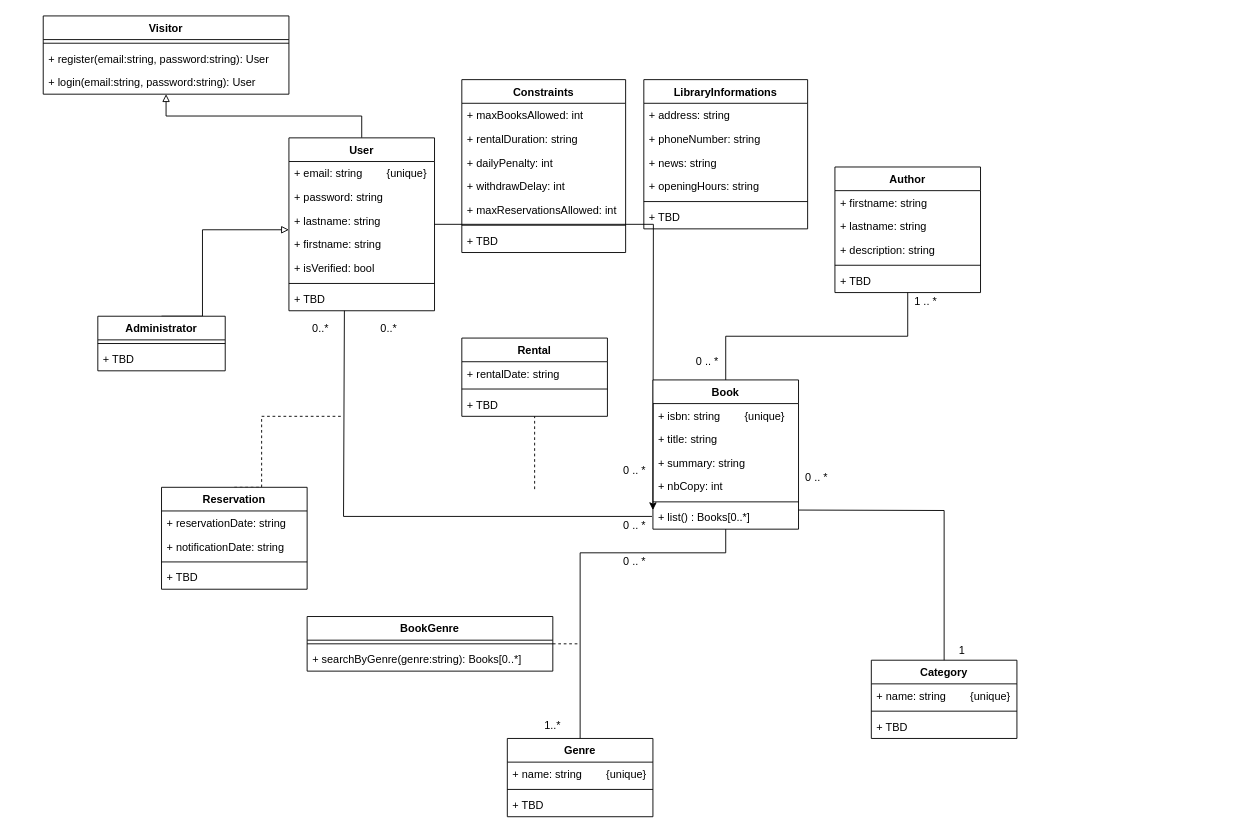
The draw.io diagram page "UML Class Diagram" (3 of 3) of docs/library_store.drawio in pptech-ds/CDA-JS-LIbrary-Store, before the edit. Source tidied: cells renumbered, new cells numbered last; positions are measured from the earlier drawing's top-left corner, leaving out a move shared by most shapes. Both pictures are drawn from the tidied source at 91%, with x=0, y=0 at pixel (43, 15).
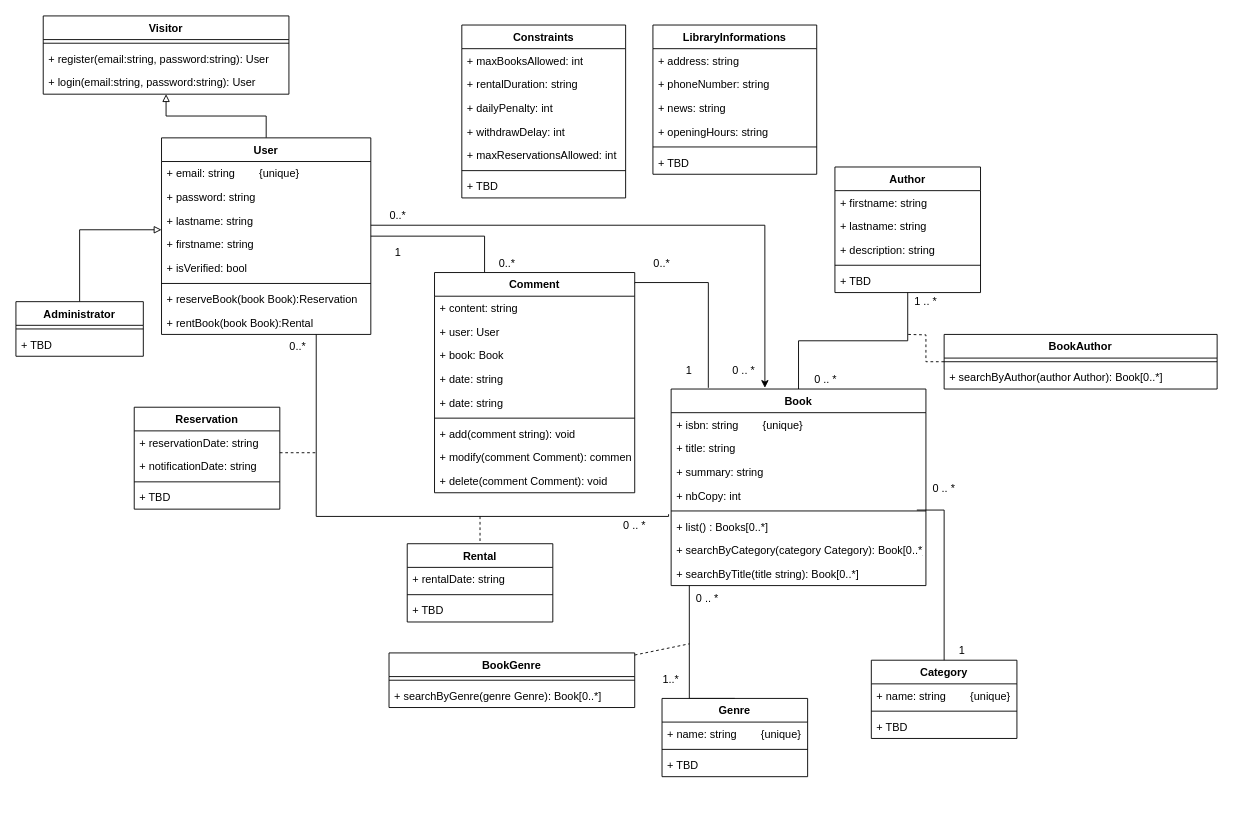
The same page after the edit.

Unchanged cells that the change refers to:
```xml
<mxCell id="21" value="Category" style="swimlane;fontStyle=1;align=center;verticalAlign=top;horizontal=1;startSize=26;" parent="1" vertex="1">
  <mxGeometry x="910" y="708" width="160" height="86" as="geometry" />
</mxCell>
```

Change to the diagram source:
```diff
@@
-    <mxCell id="2" style="edgeStyle=orthogonalEdgeStyle;rounded=0;jettySize=auto;html=1;entryX=0;entryY=0.5;entryDx=0;entryDy=0;endArrow=classic;endFill=1;" parent="1" edge="1" source="4">
+    <mxCell id="2" style="edgeStyle=orthogonalEdgeStyle;rounded=0;jettySize=auto;html=1;entryX=0.368;entryY=-0.006;entryDx=0;entryDy=0;endArrow=classic;endFill=1;entryPerimeter=0;" parent="1" edge="1" source="4" target="13">
       <mxGeometry relative="1" as="geometry">
-        <mxPoint x="670" y="543" as="targetPoint" />
+        <Array as="points">
+          <mxPoint x="793" y="230" />
+        </Array>
       </mxGeometry>
     </mxCell>
@@
     <mxCell id="4" value="User" style="swimlane;fontStyle=1;align=center;verticalAlign=top;horizontal=1;startSize=26;" parent="1" vertex="1">
-      <mxGeometry x="270" y="134" width="160" height="190" as="geometry" />
+      <mxGeometry x="130" y="134" width="230" height="216" as="geometry" />
     </mxCell>
     <mxCell id="5" value="+ email: string        {unique}  " style="text;strokeColor=none;fillColor=none;align=left;verticalAlign=top;spacingLeft=4;spacingRight=4;overflow=hidden;" parent="4" vertex="1">
-      <mxGeometry y="26" width="160" height="26" as="geometry" />
+      <mxGeometry y="26" width="230" height="26" as="geometry" />
     </mxCell>
     <mxCell id="6" value="+ password: string " style="text;strokeColor=none;fillColor=none;align=left;verticalAlign=top;spacingLeft=4;spacingRight=4;overflow=hidden;" parent="4" vertex="1">
-      <mxGeometry y="52" width="160" height="26" as="geometry" />
+      <mxGeometry y="52" width="230" height="26" as="geometry" />
     </mxCell>
     <mxCell id="7" value="+ lastname: string " style="text;strokeColor=none;fillColor=none;align=left;verticalAlign=top;spacingLeft=4;spacingRight=4;overflow=hidden;" parent="4" vertex="1">
-      <mxGeometry y="78" width="160" height="26" as="geometry" />
+      <mxGeometry y="78" width="230" height="26" as="geometry" />
     </mxCell>
     <mxCell id="8" value="+ firstname: string&#10;  " style="text;strokeColor=none;fillColor=none;align=left;verticalAlign=top;spacingLeft=4;spacingRight=4;overflow=hidden;" parent="4" vertex="1">
-      <mxGeometry y="104" width="160" height="26" as="geometry" />
+      <mxGeometry y="104" width="230" height="26" as="geometry" />
     </mxCell>
     <mxCell id="9" value="+ isVerified: bool  " style="text;strokeColor=none;fillColor=none;align=left;verticalAlign=top;spacingLeft=4;spacingRight=4;overflow=hidden;" parent="4" vertex="1">
-      <mxGeometry y="130" width="160" height="26" as="geometry" />
+      <mxGeometry y="130" width="230" height="26" as="geometry" />
     </mxCell>
     <mxCell id="10" style="line;strokeWidth=1;fillColor=none;align=left;verticalAlign=middle;spacingTop=-1;spacingLeft=3;spacingRight=3;labelPosition=right;" parent="4" vertex="1">
-      <mxGeometry y="156" width="160" height="8" as="geometry" />
+      <mxGeometry y="156" width="230" height="8" as="geometry" />
     </mxCell>
-    <mxCell id="11" value="+ TBD" style="text;strokeColor=none;fillColor=none;align=left;verticalAlign=top;spacingLeft=4;spacingRight=4;overflow=hidden;points=[[0,0.5],[1,0.5]];portConstraint=eastwest;" parent="4" vertex="1">
-      <mxGeometry y="164" width="160" height="26" as="geometry" />
+    <mxCell id="11" value="+ reserveBook(book Book):Reservation" style="text;strokeColor=none;fillColor=none;align=left;verticalAlign=top;spacingLeft=4;spacingRight=4;overflow=hidden;points=[[0,0.5],[1,0.5]];portConstraint=eastwest;" parent="4" vertex="1">
+      <mxGeometry y="164" width="230" height="26" as="geometry" />
     </mxCell>
+    <mxCell id="85" value="+ rentBook(book Book):Rental" style="text;strokeColor=none;fillColor=none;align=left;verticalAlign=top;spacingLeft=4;spacingRight=4;overflow=hidden;" parent="4" vertex="1">
+      <mxGeometry y="190" width="230" height="26" as="geometry" />
+    </mxCell>
     <mxCell id="12" style="edgeStyle=orthogonalEdgeStyle;rounded=0;jettySize=auto;html=1;entryX=0.5;entryY=0;entryDx=0;entryDy=0;endArrow=none;endFill=0;" parent="1" edge="1" source="13" target="25">
       <mxGeometry relative="1" as="geometry">
         <Array as="points">
-          <mxPoint x="590" y="590" />
+          <mxPoint x="710" y="750" />
         </Array>
       </mxGeometry>
     </mxCell>
+    <mxCell id="86" style="edgeStyle=orthogonalEdgeStyle;rounded=0;jettySize=auto;html=1;exitX=0.146;exitY=-0.006;exitDx=0;exitDy=0;entryX=0.998;entryY=0.053;entryDx=0;entryDy=0;entryPerimeter=0;fontSize=23.3;startArrow=none;startFill=0;endArrow=none;endFill=0;exitPerimeter=0;" parent="1" edge="1" source="13" target="94">
+      <mxGeometry relative="1" as="geometry">
+        <Array as="points">
+          <mxPoint x="731" y="293" />
+        </Array>
+      </mxGeometry>
+    </mxCell>
     <mxCell id="13" value="Book" style="swimlane;fontStyle=1;align=center;verticalAlign=top;horizontal=1;startSize=26;" parent="1" vertex="1">
-      <mxGeometry x="670" y="400" width="160" height="164" as="geometry" />
+      <mxGeometry x="690" y="410" width="280" height="216" as="geometry" />
     </mxCell>
     <mxCell id="14" value="+ isbn: string        {unique}" style="text;strokeColor=none;fillColor=none;align=left;verticalAlign=top;spacingLeft=4;spacingRight=4;overflow=hidden;" parent="13" vertex="1">
-      <mxGeometry y="26" width="160" height="26" as="geometry" />
+      <mxGeometry y="26" width="280" height="26" as="geometry" />
     </mxCell>
     <mxCell id="15" value="+ title: string&#10;  " style="text;strokeColor=none;fillColor=none;align=left;verticalAlign=top;spacingLeft=4;spacingRight=4;overflow=hidden;" parent="13" vertex="1">
-      <mxGeometry y="52" width="160" height="26" as="geometry" />
+      <mxGeometry y="52" width="280" height="26" as="geometry" />
     </mxCell>
     <mxCell id="16" value="+ summary: string  " style="text;strokeColor=none;fillColor=none;align=left;verticalAlign=top;spacingLeft=4;spacingRight=4;overflow=hidden;" parent="13" vertex="1">
-      <mxGeometry y="78" width="160" height="26" as="geometry" />
+      <mxGeometry y="78" width="280" height="26" as="geometry" />
     </mxCell>
     <mxCell id="17" value="+ nbCopy: int  " style="text;strokeColor=none;fillColor=none;align=left;verticalAlign=top;spacingLeft=4;spacingRight=4;overflow=hidden;" parent="13" vertex="1">
-      <mxGeometry y="104" width="160" height="26" as="geometry" />
+      <mxGeometry y="104" width="280" height="26" as="geometry" />
     </mxCell>
     <mxCell id="18" style="line;strokeWidth=1;fillColor=none;align=left;verticalAlign=middle;spacingTop=-1;spacingLeft=3;spacingRight=3;labelPosition=right;" parent="13" vertex="1">
-      <mxGeometry y="130" width="160" height="8" as="geometry" />
+      <mxGeometry y="130" width="280" height="8" as="geometry" />
     </mxCell>
     <mxCell id="19" value="+ list() : Books[0..*]" style="text;strokeColor=none;fillColor=none;align=left;verticalAlign=top;spacingLeft=4;spacingRight=4;overflow=hidden;points=[[0,0.5],[1,0.5]];portConstraint=eastwest;" parent="13" vertex="1">
-      <mxGeometry y="138" width="160" height="26" as="geometry" />
+      <mxGeometry y="138" width="280" height="26" as="geometry" />
     </mxCell>
+    <mxCell id="87" value="+ searchByCategory(category Category): Book[0..*]" style="text;strokeColor=none;fillColor=none;align=left;verticalAlign=top;spacingLeft=4;spacingRight=4;overflow=hidden;" parent="13" vertex="1">
+      <mxGeometry y="164" width="280" height="26" as="geometry" />
+    </mxCell>
+    <mxCell id="88" value="+ searchByTitle(title string): Book[0..*]" style="text;strokeColor=none;fillColor=none;align=left;verticalAlign=top;spacingLeft=4;spacingRight=4;overflow=hidden;" parent="13" vertex="1">
+      <mxGeometry y="190" width="280" height="26" as="geometry" />
+    </mxCell>
     <mxCell id="20" value="0 .. *" style="text;html=1;strokeColor=none;fillColor=none;align=center;verticalAlign=middle;whiteSpace=wrap;rounded=0;" parent="1" vertex="1">
-      <mxGeometry x="630" y="490" width="40" height="20" as="geometry" />
+      <mxGeometry x="750" y="380" width="40" height="20" as="geometry" />
     </mxCell>
@@
     <mxCell id="25" value="Genre" style="swimlane;fontStyle=1;align=center;verticalAlign=top;horizontal=1;startSize=26;" parent="1" vertex="1">
-      <mxGeometry x="510" y="794" width="160" height="86" as="geometry" />
+      <mxGeometry x="680" y="750" width="160" height="86" as="geometry" />
     </mxCell>
@@
-    <mxCell id="29" style="edgeStyle=orthogonalEdgeStyle;rounded=0;jettySize=auto;html=1;exitX=1;exitY=0.5;exitDx=0;exitDy=0;entryX=0.5;entryY=0;entryDx=0;entryDy=0;endArrow=none;endFill=0;" parent="1" edge="1" target="21">
+    <mxCell id="29" style="edgeStyle=orthogonalEdgeStyle;rounded=0;jettySize=auto;html=1;entryX=0.5;entryY=0;entryDx=0;entryDy=0;endArrow=none;endFill=0;" parent="1" edge="1" target="21">
       <mxGeometry relative="1" as="geometry">
-        <mxPoint x="830" y="543" as="sourcePoint" />
+        <mxPoint x="960" y="543" as="sourcePoint" />
+        <Array as="points">
+          <mxPoint x="990" y="543" />
+        </Array>
       </mxGeometry>
     </mxCell>
@@
     <mxCell id="31" value="1..*" style="text;html=1;strokeColor=none;fillColor=none;align=center;verticalAlign=middle;whiteSpace=wrap;rounded=0;" parent="1" vertex="1">
-      <mxGeometry x="540" y="770" width="40" height="20" as="geometry" />
+      <mxGeometry x="670" y="720" width="40" height="20" as="geometry" />
     </mxCell>
     <mxCell id="32" value="0 .. *" style="text;html=1;strokeColor=none;fillColor=none;align=center;verticalAlign=middle;whiteSpace=wrap;rounded=0;" parent="1" vertex="1">
-      <mxGeometry x="830" y="498" width="40" height="20" as="geometry" />
+      <mxGeometry x="970" y="510" width="40" height="20" as="geometry" />
     </mxCell>
     <mxCell id="33" value="0 .. *" style="text;html=1;strokeColor=none;fillColor=none;align=center;verticalAlign=middle;whiteSpace=wrap;rounded=0;" parent="1" vertex="1">
-      <mxGeometry x="630" y="590" width="40" height="20" as="geometry" />
+      <mxGeometry x="710" y="630" width="40" height="20" as="geometry" />
     </mxCell>
@@
     <mxCell id="41" value="0..*" style="text;html=1;strokeColor=none;fillColor=none;align=center;verticalAlign=middle;whiteSpace=wrap;rounded=0;" parent="1" vertex="1">
-      <mxGeometry x="360" y="334" width="40" height="20" as="geometry" />
+      <mxGeometry x="370" y="210" width="40" height="20" as="geometry" />
     </mxCell>
     <mxCell id="42" value="BookGenre" style="swimlane;fontStyle=1;align=center;verticalAlign=top;horizontal=1;startSize=26;" parent="1" vertex="1">
-      <mxGeometry x="290" y="660" width="270" height="60" as="geometry" />
+      <mxGeometry x="380" y="700" width="270" height="60" as="geometry" />
     </mxCell>
@@
-    <mxCell id="44" value="+ searchByGenre(genre:string): Books[0..*]" style="text;strokeColor=none;fillColor=none;align=left;verticalAlign=top;spacingLeft=4;spacingRight=4;overflow=hidden;" parent="42" vertex="1">
+    <mxCell id="44" value="+ searchByGenre(genre Genre): Book[0..*]" style="text;strokeColor=none;fillColor=none;align=left;verticalAlign=top;spacingLeft=4;spacingRight=4;overflow=hidden;" parent="42" vertex="1">
       <mxGeometry y="34" width="270" height="26" as="geometry" />
     </mxCell>
     <mxCell id="45" style="endArrow=none;dashed=1;html=1;rounded=0;" parent="1" edge="1" source="42">
       <mxGeometry relative="1" as="geometry">
-        <mxPoint x="590" y="690" as="targetPoint" />
+        <mxPoint x="710" y="690" as="targetPoint" />
       </mxGeometry>
     </mxCell>
@@
     <mxCell id="47" value="0 .. *" style="text;html=1;strokeColor=none;fillColor=none;align=center;verticalAlign=middle;whiteSpace=wrap;rounded=0;" parent="1" vertex="1">
-      <mxGeometry x="710" y="370" width="40" height="20" as="geometry" />
+      <mxGeometry x="840" y="390" width="40" height="20" as="geometry" />
     </mxCell>
     <mxCell id="48" value="Rental" style="swimlane;fontStyle=1;align=center;verticalAlign=top;horizontal=1;startSize=26;" parent="1" vertex="1">
-      <mxGeometry x="460" y="354" width="160" height="86" as="geometry" />
+      <mxGeometry x="400" y="580" width="160" height="86" as="geometry" />
     </mxCell>
@@
     <mxCell id="52" style="endArrow=none;dashed=1;html=1;rounded=0;" parent="1" edge="1" target="48">
       <mxGeometry relative="1" as="geometry">
-        <mxPoint x="540" y="520" as="sourcePoint" />
+        <mxPoint x="480" y="550" as="sourcePoint" />
       </mxGeometry>
     </mxCell>
     <mxCell id="53" value="LibraryInformations" style="swimlane;fontStyle=1;align=center;verticalAlign=top;horizontal=1;startSize=26;" parent="1" vertex="1">
-      <mxGeometry x="660" y="70" width="180" height="164" as="geometry" />
+      <mxGeometry x="670" y="10" width="180" height="164" as="geometry" />
     </mxCell>
@@
-    <mxCell id="60" style="edgeStyle=orthogonalEdgeStyle;rounded=0;jettySize=auto;html=1;exitX=0.5;exitY=0;exitDx=0;exitDy=0;fontSize=23.3;startArrow=none;startFill=0;endArrow=none;endFill=0;dashed=1;" parent="1" edge="1" source="61">
+    <mxCell id="60" style="edgeStyle=orthogonalEdgeStyle;rounded=0;jettySize=auto;html=1;fontSize=23.3;startArrow=none;startFill=0;endArrow=none;endFill=0;dashed=1;" parent="1" edge="1" source="61">
       <mxGeometry relative="1" as="geometry">
-        <mxPoint x="330" y="440" as="targetPoint" />
+        <mxPoint x="300" y="480" as="targetPoint" />
         <Array as="points">
-          <mxPoint x="240" y="440" />
+          <mxPoint x="240" y="430" />
+          <mxPoint x="240" y="480" />
         </Array>
       </mxGeometry>
     </mxCell>
     <mxCell id="61" value="Reservation" style="swimlane;fontStyle=1;align=center;verticalAlign=top;horizontal=1;startSize=26;" parent="1" vertex="1">
-      <mxGeometry x="130" y="518" width="160" height="112" as="geometry" />
+      <mxGeometry x="100" y="430" width="160" height="112" as="geometry" />
     </mxCell>
@@
-    <mxCell id="66" style="edgeStyle=orthogonalEdgeStyle;rounded=0;jettySize=auto;html=1;exitX=0.381;exitY=1;exitDx=0;exitDy=0;fontSize=23.3;startArrow=none;startFill=0;endArrow=none;endFill=0;exitPerimeter=0;" parent="1" edge="1" source="11">
+    <mxCell id="66" style="edgeStyle=orthogonalEdgeStyle;rounded=0;jettySize=auto;html=1;fontSize=23.3;startArrow=none;startFill=0;endArrow=none;endFill=0;entryX=-0.01;entryY=-0.016;entryDx=0;entryDy=0;entryPerimeter=0;" parent="1" edge="1" source="4" target="19">
       <mxGeometry relative="1" as="geometry">
-        <mxPoint x="669" y="550" as="targetPoint" />
         <Array as="points">
-          <mxPoint x="330" y="550" />
+          <mxPoint x="300" y="550" />
+          <mxPoint x="687" y="550" />
         </Array>
       </mxGeometry>
     </mxCell>
     <mxCell id="67" value="Constraints" style="swimlane;fontStyle=1;align=center;verticalAlign=top;horizontal=1;startSize=26;" parent="1" vertex="1">
-      <mxGeometry x="460" y="70" width="180" height="190" as="geometry" />
+      <mxGeometry x="460" y="10" width="180" height="190" as="geometry" />
     </mxCell>
@@
     <mxCell id="75" value="0..*" style="text;html=1;strokeColor=none;fillColor=none;align=center;verticalAlign=middle;whiteSpace=wrap;rounded=0;" parent="1" vertex="1">
-      <mxGeometry x="285" y="334" width="40" height="20" as="geometry" />
+      <mxGeometry x="260" y="354" width="40" height="20" as="geometry" />
     </mxCell>
@@
     <mxCell id="81" style="edgeStyle=orthogonalEdgeStyle;rounded=0;jettySize=auto;html=1;exitX=0.5;exitY=0;exitDx=0;exitDy=0;fontSize=23.3;startArrow=none;startFill=0;endArrow=block;endFill=0;" parent="1" edge="1" source="82" target="4">
       <mxGeometry relative="1" as="geometry">
         <Array as="points">
-          <mxPoint x="175" y="235" />
+          <mxPoint x="40" y="235" />
         </Array>
       </mxGeometry>
     </mxCell>
     <mxCell id="82" value="Administrator&#10;" style="swimlane;fontStyle=1;align=center;verticalAlign=top;horizontal=1;startSize=26;" parent="1" vertex="1">
-      <mxGeometry x="60" y="330" width="140" height="60" as="geometry" />
+      <mxGeometry x="-30" y="314" width="140" height="60" as="geometry" />
     </mxCell>
@@
+    <mxCell id="89" style="edgeStyle=orthogonalEdgeStyle;rounded=0;jettySize=auto;html=1;exitX=0;exitY=0.5;exitDx=0;exitDy=0;fontSize=23.3;startArrow=none;startFill=0;endArrow=none;endFill=0;dashed=1;" parent="1" edge="1" source="90">
+      <mxGeometry relative="1" as="geometry">
+        <mxPoint x="950" y="350" as="targetPoint" />
+      </mxGeometry>
+    </mxCell>
+    <mxCell id="90" value="BookAuthor" style="swimlane;fontStyle=1;align=center;verticalAlign=top;horizontal=1;startSize=26;" parent="1" vertex="1">
+      <mxGeometry x="990" y="350" width="300" height="60" as="geometry" />
+    </mxCell>
+    <mxCell id="91" style="line;strokeWidth=1;fillColor=none;align=left;verticalAlign=middle;spacingTop=-1;spacingLeft=3;spacingRight=3;labelPosition=right;" parent="90" vertex="1">
+      <mxGeometry y="26" width="300" height="8" as="geometry" />
+    </mxCell>
+    <mxCell id="92" value="+ searchByAuthor(author Author): Book[0..*]" style="text;strokeColor=none;fillColor=none;align=left;verticalAlign=top;spacingLeft=4;spacingRight=4;overflow=hidden;" parent="90" vertex="1">
+      <mxGeometry y="34" width="300" height="26" as="geometry" />
+    </mxCell>
+    <mxCell id="93" style="edgeStyle=orthogonalEdgeStyle;rounded=0;jettySize=auto;html=1;exitX=0.25;exitY=0;exitDx=0;exitDy=0;fontSize=23.3;startArrow=none;startFill=0;endArrow=none;endFill=0;" parent="1" edge="1" source="94" target="4">
+      <mxGeometry relative="1" as="geometry" />
+    </mxCell>
+    <mxCell id="94" value="Comment " style="swimlane;fontStyle=1;align=center;verticalAlign=top;horizontal=1;startSize=26;" parent="1" vertex="1">
+      <mxGeometry x="430" y="282" width="220" height="242" as="geometry" />
+    </mxCell>
+    <mxCell id="95" value="+ content: string" style="text;strokeColor=none;fillColor=none;align=left;verticalAlign=top;spacingLeft=4;spacingRight=4;overflow=hidden;" parent="94" vertex="1">
+      <mxGeometry y="26" width="220" height="26" as="geometry" />
+    </mxCell>
+    <mxCell id="96" value="+ user: User" style="text;strokeColor=none;fillColor=none;align=left;verticalAlign=top;spacingLeft=4;spacingRight=4;overflow=hidden;" parent="94" vertex="1">
+      <mxGeometry y="52" width="220" height="26" as="geometry" />
+    </mxCell>
+    <mxCell id="97" value="+ book: Book" style="text;strokeColor=none;fillColor=none;align=left;verticalAlign=top;spacingLeft=4;spacingRight=4;overflow=hidden;" parent="94" vertex="1">
+      <mxGeometry y="78" width="220" height="26" as="geometry" />
+    </mxCell>
+    <mxCell id="98" value="+ date: string" style="text;strokeColor=none;fillColor=none;align=left;verticalAlign=top;spacingLeft=4;spacingRight=4;overflow=hidden;" parent="94" vertex="1">
+      <mxGeometry y="104" width="220" height="26" as="geometry" />
+    </mxCell>
+    <mxCell id="99" value="+ date: string" style="text;strokeColor=none;fillColor=none;align=left;verticalAlign=top;spacingLeft=4;spacingRight=4;overflow=hidden;" parent="94" vertex="1">
+      <mxGeometry y="130" width="220" height="26" as="geometry" />
+    </mxCell>
+    <mxCell id="100" style="line;strokeWidth=1;fillColor=none;align=left;verticalAlign=middle;spacingTop=-1;spacingLeft=3;spacingRight=3;labelPosition=right;" parent="94" vertex="1">
+      <mxGeometry y="156" width="220" height="8" as="geometry" />
+    </mxCell>
+    <mxCell id="101" value="+ add(comment string): void" style="text;strokeColor=none;fillColor=none;align=left;verticalAlign=top;spacingLeft=4;spacingRight=4;overflow=hidden;" parent="94" vertex="1">
+      <mxGeometry y="164" width="220" height="26" as="geometry" />
+    </mxCell>
+    <mxCell id="102" value="+ modify(comment Comment): comment" style="text;strokeColor=none;fillColor=none;align=left;verticalAlign=top;spacingLeft=4;spacingRight=4;overflow=hidden;" parent="94" vertex="1">
+      <mxGeometry y="190" width="220" height="26" as="geometry" />
+    </mxCell>
+    <mxCell id="103" value="+ delete(comment Comment): void" style="text;strokeColor=none;fillColor=none;align=left;verticalAlign=top;spacingLeft=4;spacingRight=4;overflow=hidden;" parent="94" vertex="1">
+      <mxGeometry y="216" width="220" height="26" as="geometry" />
+    </mxCell>
+    <mxCell id="104" value="0..*" style="text;html=1;strokeColor=none;fillColor=none;align=center;verticalAlign=middle;whiteSpace=wrap;rounded=0;" parent="1" vertex="1">
+      <mxGeometry x="490" y="262" width="40" height="20" as="geometry" />
+    </mxCell>
+    <mxCell id="105" value="1" style="text;html=1;strokeColor=none;fillColor=none;align=center;verticalAlign=middle;whiteSpace=wrap;rounded=0;" parent="1" vertex="1">
+      <mxGeometry x="370" y="250" width="40" height="20" as="geometry" />
+    </mxCell>
+    <mxCell id="106" value="1" style="text;html=1;strokeColor=none;fillColor=none;align=center;verticalAlign=middle;whiteSpace=wrap;rounded=0;" parent="1" vertex="1">
+      <mxGeometry x="690" y="380" width="40" height="20" as="geometry" />
+    </mxCell>
+    <mxCell id="107" value="0..*" style="text;html=1;strokeColor=none;fillColor=none;align=center;verticalAlign=middle;whiteSpace=wrap;rounded=0;" parent="1" vertex="1">
+      <mxGeometry x="660" y="262" width="40" height="20" as="geometry" />
+    </mxCell>
```
